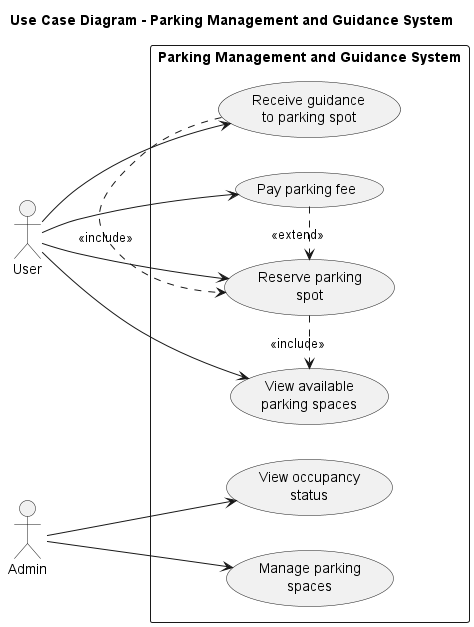
This is docs/images/use_case_diagram.png from mar20210937/software-engineering, a PlantUML export, as it was before one commit. The source it was exported from:
```plantuml
@startuml usecase
left to right direction
title Use Case Diagram - Parking Management and Guidance System

actor User
actor Admin

rectangle "Parking Management and Guidance System" {
  usecase "View available\nparking spaces" as UC1
  usecase "Reserve parking\nspot" as UC2
  usecase "Receive guidance\nto parking spot" as UC3
  usecase "Pay parking fee" as UC4
  usecase "View occupancy\nstatus" as UC5
  usecase "Manage parking\nspaces" as UC6
}

User --> UC1
User --> UC2
User --> UC3
User --> UC4

Admin --> UC5
Admin --> UC6

UC2 .> UC1 : <<include>>
UC3 .> UC2 : <<include>>
UC4 .> UC2 : <<extend>>

@enduml
```
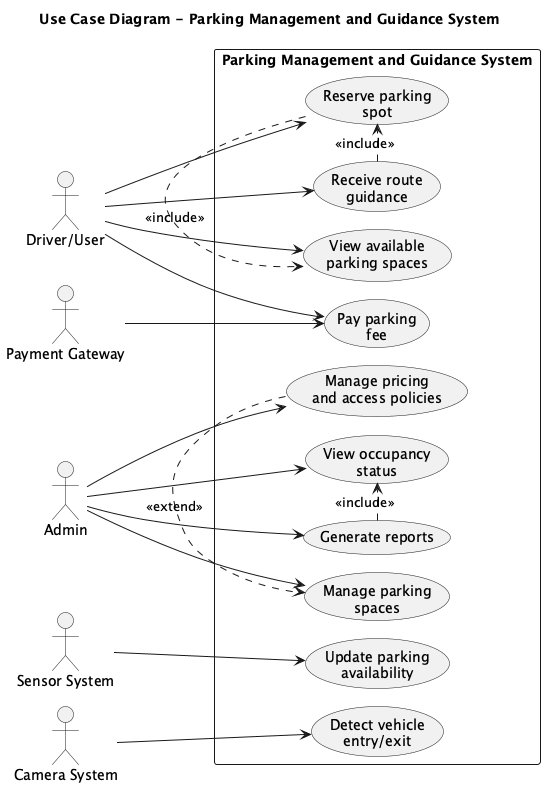
The same file after the commit.

Change to the diagram source:
```diff
@@ -1,17 +1,25 @@
-@startuml usecase
+@startuml use_case_diagram
+!pragma layout smetana
 left to right direction
 title Use Case Diagram - Parking Management and Guidance System
 
-actor User
+actor "Driver/User" as User
 actor Admin
+actor "Sensor System" as Sensor
+actor "Camera System" as Camera
+actor "Payment Gateway" as Payment
 
 rectangle "Parking Management and Guidance System" {
   usecase "View available\nparking spaces" as UC1
   usecase "Reserve parking\nspot" as UC2
-  usecase "Receive guidance\nto parking spot" as UC3
-  usecase "Pay parking fee" as UC4
-  usecase "View occupancy\nstatus" as UC5
-  usecase "Manage parking\nspaces" as UC6
+  usecase "Receive route\nguidance" as UC3
+  usecase "Pay parking\nfee" as UC4
+  usecase "Detect vehicle\nentry/exit" as UC5
+  usecase "Update parking\navailability" as UC6
+  usecase "Manage parking\nspaces" as UC7
+  usecase "Manage pricing\nand access policies" as UC8
+  usecase "View occupancy\nstatus" as UC9
+  usecase "Generate reports" as UC10
 }
 
 User --> UC1
@@ -19,11 +27,19 @@
 User --> UC3
 User --> UC4
 
-Admin --> UC5
-Admin --> UC6
+Sensor --> UC6
+Camera --> UC5
+Payment --> UC4
 
 UC2 .> UC1 : <<include>>
 UC3 .> UC2 : <<include>>
-UC4 .> UC2 : <<extend>>
+
+Admin --> UC7
+Admin --> UC8
+Admin --> UC9
+Admin --> UC10
+
+UC10 .> UC9 : <<include>>
+UC8 .> UC7 : <<extend>>
 
 @enduml
```
